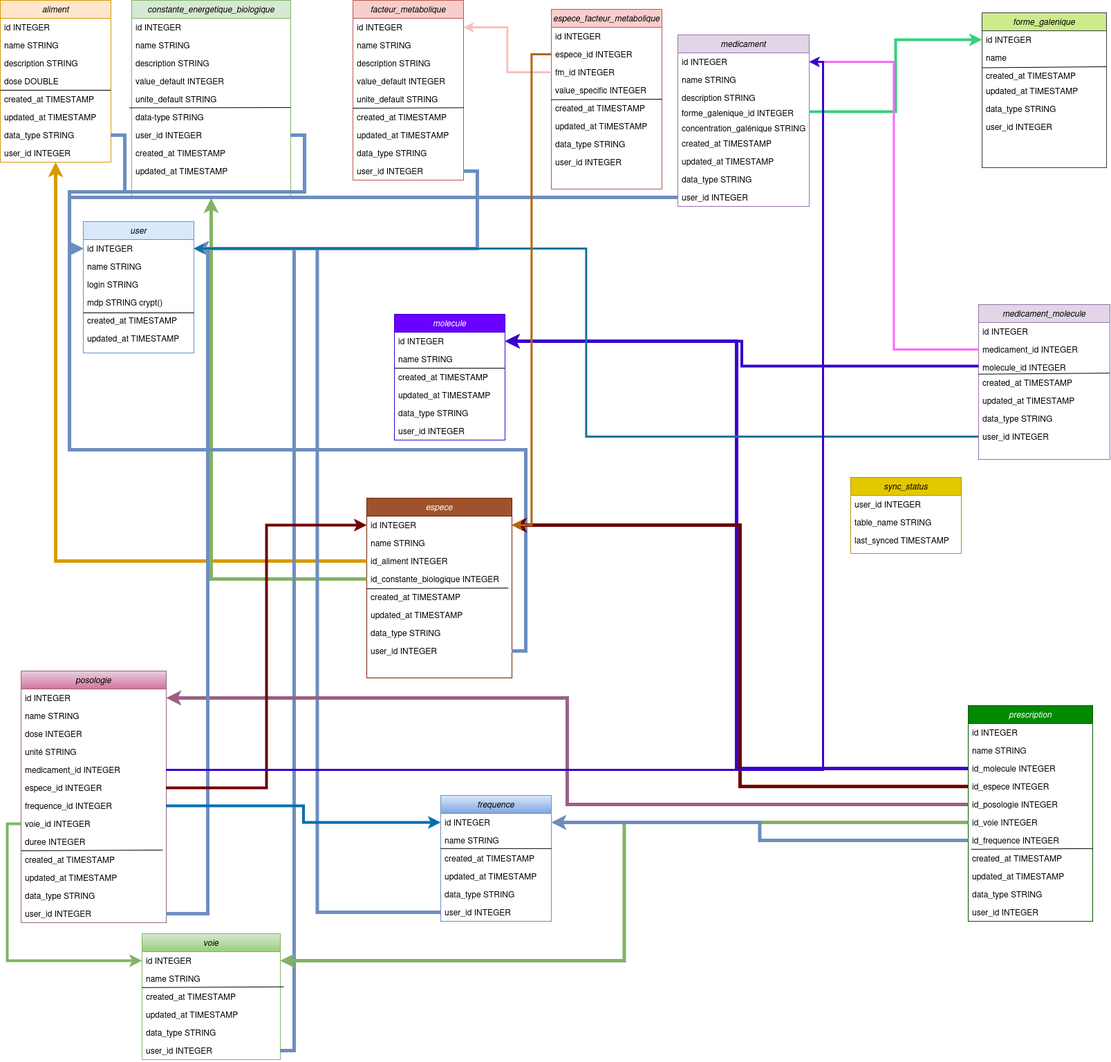
Earlier version of the draw.io export Bourgelab.drawio.png (adrienCaminade/adrienCaminade). Source tidied: cells renumbered, new cells last; positions are measured from the earlier drawing's top-left corner, leaving out a move shared by most shapes.
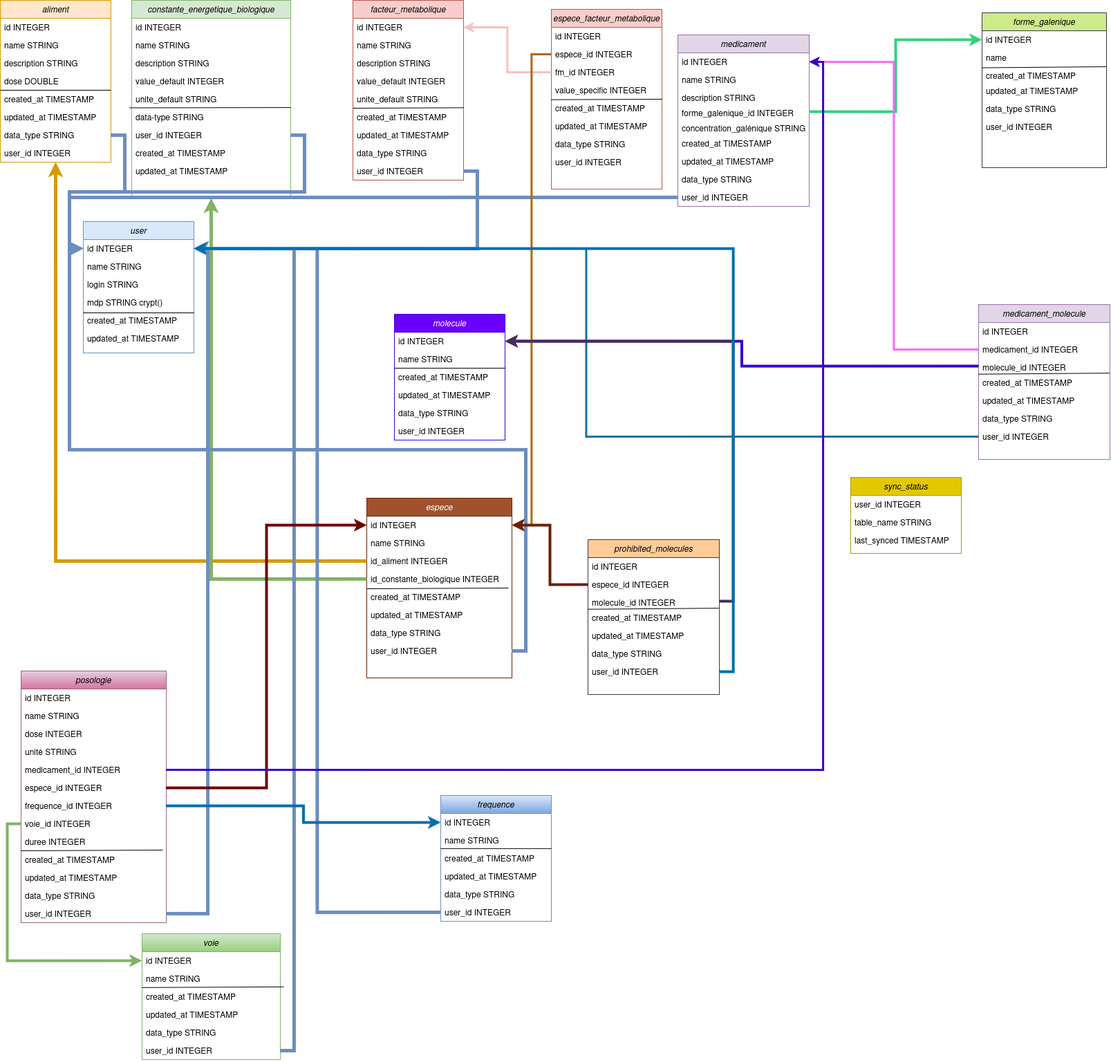
Later version of the same file.

What changed in the source:
```diff
@@ -365,63 +365,6 @@
     <mxCell id="113" style="edgeStyle=orthogonalEdgeStyle;rounded=0;jettySize=auto;html=1;exitX=1;exitY=0.5;exitDx=0;exitDy=0;strokeWidth=5;fillColor=#dae8fc;strokeColor=#6c8ebf;gradientColor=#7ea6e0;entryX=1;entryY=0.5;entryDx=0;entryDy=0;" parent="1" edge="1" source="112" target="57">
       <mxGeometry relative="1" as="geometry" />
     </mxCell>
-    <mxCell id="114" value="prescription" style="swimlane;fontStyle=2;align=center;verticalAlign=top;horizontal=1;startSize=26;rounded=0;shadow=0;strokeWidth=1;fillColor=#008a00;strokeColor=#005700;fontColor=#ffffff;" parent="1" vertex="1">
-      <mxGeometry x="1400" y="1020" width="180" height="312" as="geometry" />
-    </mxCell>
-    <mxCell id="115" value="id INTEGER" style="text;align=left;verticalAlign=top;spacingLeft=4;spacingRight=4;overflow=hidden;" parent="114" vertex="1">
-      <mxGeometry y="26" width="180" height="26" as="geometry" />
-    </mxCell>
-    <mxCell id="116" value="name STRING" style="text;align=left;verticalAlign=top;spacingLeft=4;spacingRight=4;overflow=hidden;rounded=0;shadow=0;html=0;" parent="114" vertex="1">
-      <mxGeometry y="52" width="180" height="26" as="geometry" />
-    </mxCell>
-    <mxCell id="117" value="id_molecule INTEGER" style="text;align=left;verticalAlign=top;spacingLeft=4;spacingRight=4;overflow=hidden;points=[[0,0.5],[1,0.5]];portConstraint=eastwest;rounded=0;shadow=0;html=0;" parent="114" vertex="1">
-      <mxGeometry y="78" width="180" height="26" as="geometry" />
-    </mxCell>
-    <mxCell id="118" value="id_espece INTEGER" style="text;align=left;verticalAlign=top;spacingLeft=4;spacingRight=4;overflow=hidden;points=[[0,0.5],[1,0.5]];portConstraint=eastwest;rounded=0;shadow=0;html=0;" parent="114" vertex="1">
-      <mxGeometry y="104" width="180" height="26" as="geometry" />
-    </mxCell>
-    <mxCell id="119" value="id_posologie INTEGER" style="text;align=left;verticalAlign=top;spacingLeft=4;spacingRight=4;overflow=hidden;points=[[0,0.5],[1,0.5]];portConstraint=eastwest;rounded=0;shadow=0;html=0;" parent="114" vertex="1">
-      <mxGeometry y="130" width="180" height="26" as="geometry" />
-    </mxCell>
-    <mxCell id="120" value="id_voie INTEGER" style="text;align=left;verticalAlign=top;spacingLeft=4;spacingRight=4;overflow=hidden;points=[[0,0.5],[1,0.5]];portConstraint=eastwest;rounded=0;shadow=0;html=0;" parent="114" vertex="1">
-      <mxGeometry y="156" width="180" height="26" as="geometry" />
-    </mxCell>
-    <mxCell id="121" value="id_frequence INTEGER" style="text;align=left;verticalAlign=top;spacingLeft=4;spacingRight=4;overflow=hidden;points=[[0,0.5],[1,0.5]];portConstraint=eastwest;rounded=0;shadow=0;html=0;" parent="114" vertex="1">
-      <mxGeometry y="182" width="180" height="26" as="geometry" />
-    </mxCell>
-    <mxCell id="122" style="endArrow=none;html=1;rounded=0;exitX=0.019;exitY=0.077;exitDx=0;exitDy=0;exitPerimeter=0;entryX=0.995;entryY=1.038;entryDx=0;entryDy=0;entryPerimeter=0;" parent="114" edge="1">
-      <mxGeometry relative="1" as="geometry">
-        <mxPoint x="4.3" y="207.8" as="sourcePoint" />
-        <mxPoint x="180" y="206.8" as="targetPoint" />
-      </mxGeometry>
-    </mxCell>
-    <mxCell id="123" value="created_at TIMESTAMP" style="text;align=left;verticalAlign=top;spacingLeft=4;spacingRight=4;overflow=hidden;rounded=0;shadow=0;html=0;" parent="114" vertex="1">
-      <mxGeometry y="208" width="180" height="26" as="geometry" />
-    </mxCell>
-    <mxCell id="124" value="updated_at TIMESTAMP" style="text;align=left;verticalAlign=top;spacingLeft=4;spacingRight=4;overflow=hidden;rounded=0;shadow=0;html=0;" parent="114" vertex="1">
-      <mxGeometry y="234" width="180" height="26" as="geometry" />
-    </mxCell>
-    <mxCell id="125" value="data_type STRING" style="text;align=left;verticalAlign=top;spacingLeft=4;spacingRight=4;overflow=hidden;rounded=0;shadow=0;html=0;" parent="114" vertex="1">
-      <mxGeometry y="260" width="180" height="26" as="geometry" />
-    </mxCell>
-    <mxCell id="126" value="user_id INTEGER" style="text;align=left;verticalAlign=top;spacingLeft=4;spacingRight=4;overflow=hidden;points=[[0,0.5],[1,0.5]];portConstraint=eastwest;rounded=0;shadow=0;html=0;" parent="114" vertex="1">
-      <mxGeometry y="286" width="180" height="26" as="geometry" />
-    </mxCell>
-    <mxCell id="127" style="edgeStyle=orthogonalEdgeStyle;rounded=0;jettySize=auto;html=1;exitX=0;exitY=0.5;exitDx=0;exitDy=0;entryX=1;entryY=0.5;entryDx=0;entryDy=0;fillColor=#6a00ff;strokeColor=#3700CC;strokeWidth=5;" parent="1" edge="1" source="117" target="74">
-      <mxGeometry relative="1" as="geometry" />
-    </mxCell>
-    <mxCell id="128" style="edgeStyle=orthogonalEdgeStyle;rounded=0;jettySize=auto;html=1;exitX=0;exitY=0.5;exitDx=0;exitDy=0;entryX=1;entryY=0.5;entryDx=0;entryDy=0;fillColor=#a20025;strokeColor=#6F0000;strokeWidth=5;" parent="1" edge="1" source="118" target="35">
-      <mxGeometry relative="1" as="geometry" />
-    </mxCell>
-    <mxCell id="129" style="edgeStyle=orthogonalEdgeStyle;rounded=0;jettySize=auto;html=1;exitX=0;exitY=0.5;exitDx=0;exitDy=0;entryX=1;entryY=0.5;entryDx=0;entryDy=0;fillColor=#e6d0de;gradientColor=#d5739d;strokeColor=#996185;strokeWidth=5;" parent="1" edge="1" source="119" target="91">
-      <mxGeometry relative="1" as="geometry" />
-    </mxCell>
-    <mxCell id="130" style="edgeStyle=orthogonalEdgeStyle;rounded=0;jettySize=auto;html=1;exitX=0;exitY=0.5;exitDx=0;exitDy=0;entryX=1;entryY=0.5;entryDx=0;entryDy=0;fillColor=#d5e8d4;gradientColor=#97d077;strokeColor=#82b366;strokeWidth=5;" parent="1" edge="1" source="120" target="106">
-      <mxGeometry relative="1" as="geometry" />
-    </mxCell>
-    <mxCell id="131" style="edgeStyle=orthogonalEdgeStyle;rounded=0;jettySize=auto;html=1;exitX=0;exitY=0.5;exitDx=0;exitDy=0;entryX=1;entryY=0.5;entryDx=0;entryDy=0;fillColor=#dae8fc;gradientColor=#7ea6e0;strokeColor=#6c8ebf;strokeWidth=5;" parent="1" edge="1" source="121" target="82">
-      <mxGeometry relative="1" as="geometry" />
-    </mxCell>
     <mxCell id="132" style="edgeStyle=orthogonalEdgeStyle;rounded=0;jettySize=auto;html=1;exitX=1;exitY=0.5;exitDx=0;exitDy=0;strokeWidth=5;fillColor=#dae8fc;strokeColor=#6c8ebf;gradientColor=#7ea6e0;entryX=1;entryY=0.5;entryDx=0;entryDy=0;" parent="1" edge="1" source="104" target="57">
       <mxGeometry relative="1" as="geometry" />
     </mxCell>
@@ -544,5 +487,43 @@
     <mxCell id="169" style="edgeStyle=orthogonalEdgeStyle;rounded=0;jettySize=auto;html=1;exitX=1;exitY=0.5;exitDx=0;exitDy=0;entryX=1;entryY=0.5;entryDx=0;entryDy=0;fillColor=#6a00ff;strokeColor=#3700CC;strokeWidth=3;" parent="1" edge="1" source="95" target="45">
       <mxGeometry relative="1" as="geometry" />
     </mxCell>
+    <mxCell id="170" value="prohibited_molecules" style="swimlane;fontStyle=2;align=center;verticalAlign=top;horizontal=1;startSize=26;rounded=0;shadow=0;strokeWidth=1;fillColor=#ffcc99;strokeColor=#36393d;" parent="1" vertex="1">
+      <mxGeometry x="850" y="780" width="190" height="224" as="geometry" />
+    </mxCell>
+    <mxCell id="115" value="id INTEGER" style="text;align=left;verticalAlign=top;spacingLeft=4;spacingRight=4;overflow=hidden;" parent="170" vertex="1">
+      <mxGeometry y="26" width="190" height="26" as="geometry" />
+    </mxCell>
+    <mxCell id="171" value="espece_id INTEGER" style="text;align=left;verticalAlign=top;spacingLeft=4;spacingRight=4;overflow=hidden;points=[[0,0.5],[1,0.5]];portConstraint=eastwest;rounded=0;shadow=0;html=0;" parent="170" vertex="1">
+      <mxGeometry y="52" width="190" height="26" as="geometry" />
+    </mxCell>
+    <mxCell id="172" value="molecule_id INTEGER" style="text;align=left;verticalAlign=top;spacingLeft=4;spacingRight=4;overflow=hidden;points=[[0,0.5],[1,0.5]];portConstraint=eastwest;rounded=0;shadow=0;html=0;" parent="170" vertex="1">
+      <mxGeometry y="78" width="190" height="22" as="geometry" />
+    </mxCell>
+    <mxCell id="173" style="endArrow=none;html=1;rounded=0;entryX=0.996;entryY=0.962;entryDx=0;entryDy=0;entryPerimeter=0;" parent="170" edge="1" target="172">
+      <mxGeometry relative="1" as="geometry">
+        <mxPoint y="100.7" as="sourcePoint" />
+      </mxGeometry>
+    </mxCell>
+    <mxCell id="123" value="created_at TIMESTAMP" style="text;align=left;verticalAlign=top;spacingLeft=4;spacingRight=4;overflow=hidden;rounded=0;shadow=0;html=0;" parent="170" vertex="1">
+      <mxGeometry y="100" width="190" height="26" as="geometry" />
+    </mxCell>
+    <mxCell id="124" value="updated_at TIMESTAMP" style="text;align=left;verticalAlign=top;spacingLeft=4;spacingRight=4;overflow=hidden;rounded=0;shadow=0;html=0;" parent="170" vertex="1">
+      <mxGeometry y="126" width="190" height="26" as="geometry" />
+    </mxCell>
+    <mxCell id="125" value="data_type STRING" style="text;align=left;verticalAlign=top;spacingLeft=4;spacingRight=4;overflow=hidden;rounded=0;shadow=0;html=0;" parent="170" vertex="1">
+      <mxGeometry y="152" width="190" height="26" as="geometry" />
+    </mxCell>
+    <mxCell id="126" value="user_id INTEGER" style="text;align=left;verticalAlign=top;spacingLeft=4;spacingRight=4;overflow=hidden;points=[[0,0.5],[1,0.5]];portConstraint=eastwest;rounded=0;shadow=0;html=0;" parent="170" vertex="1">
+      <mxGeometry y="178" width="190" height="26" as="geometry" />
+    </mxCell>
+    <mxCell id="174" style="edgeStyle=orthogonalEdgeStyle;rounded=0;jettySize=auto;html=1;exitX=0;exitY=0.5;exitDx=0;exitDy=0;entryX=1;entryY=0.5;entryDx=0;entryDy=0;fillColor=#a0522d;strokeColor=#6D1F00;strokeWidth=4;" parent="1" edge="1" source="171" target="35">
+      <mxGeometry relative="1" as="geometry" />
+    </mxCell>
+    <mxCell id="175" style="edgeStyle=orthogonalEdgeStyle;rounded=0;jettySize=auto;html=1;exitX=1;exitY=0.5;exitDx=0;exitDy=0;entryX=1;entryY=0.5;entryDx=0;entryDy=0;fillColor=#76608a;strokeColor=#432D57;strokeWidth=4;" parent="1" edge="1" source="172" target="74">
+      <mxGeometry relative="1" as="geometry" />
+    </mxCell>
+    <mxCell id="176" style="edgeStyle=orthogonalEdgeStyle;rounded=0;jettySize=auto;html=1;exitX=1;exitY=0.5;exitDx=0;exitDy=0;entryX=1;entryY=0.5;entryDx=0;entryDy=0;fillColor=#1ba1e2;strokeColor=#006EAF;strokeWidth=4;" parent="1" edge="1" source="126" target="57">
+      <mxGeometry relative="1" as="geometry" />
+    </mxCell>
   </root>
 </mxGraphModel>
```
